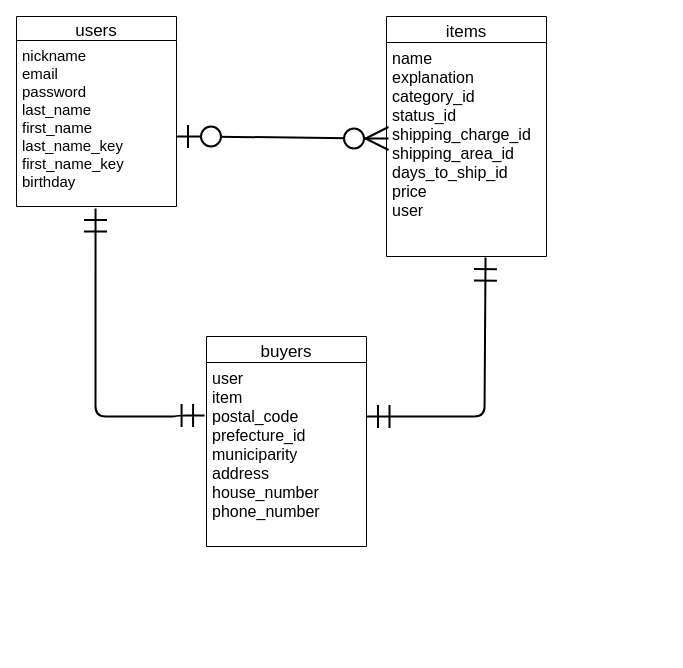
Above: er.dio in tomomomoaki/furima-30607 (draw.io), before the change. Source tidied: cells renumbered, new cells numbered last; positions are measured from the earlier drawing's top-left corner, leaving out a move shared by most shapes. Both pictures are drawn from the tidied source at 100%, with x=0, y=0 at pixel (16, 16).
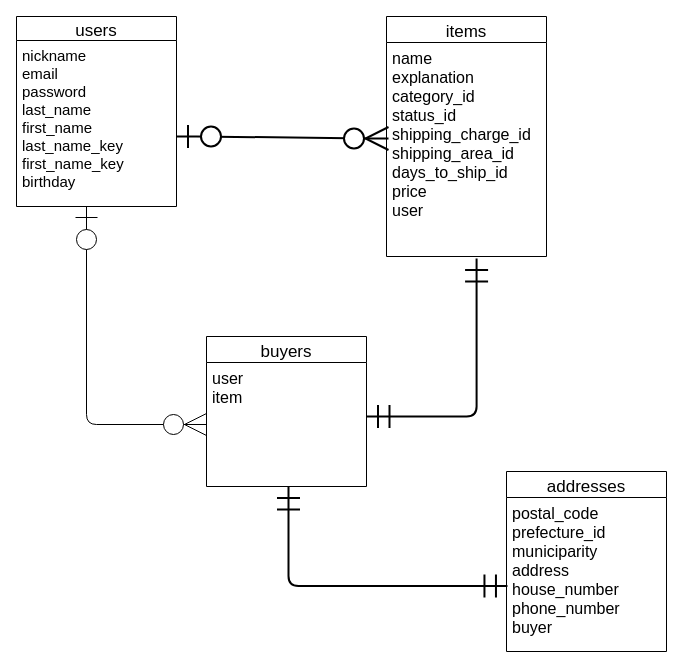
Above is the later version.

The edit, as a diff of the source:
```diff
@@
 <mxGraphModel>
   <root>
     <mxCell id="0" />
     <mxCell id="1" parent="0" />
     <mxCell id="2" value="items" style="swimlane;fontStyle=0;horizontal=1;startSize=26;align=center;fontSize=17;" parent="1" vertex="1">
       <mxGeometry x="370" width="160" height="240" as="geometry" />
     </mxCell>
     <mxCell id="3" value="name&#10;explanation&#10;category_id&#10;status_id&#10;shipping_charge_id&#10;shipping_area_id&#10;days_to_ship_id&#10;price&#10;user" style="text;strokeColor=none;fillColor=none;spacingLeft=4;spacingRight=4;overflow=hidden;points=[[0,0.5],[1,0.5]];portConstraint=eastwest;fontSize=16;" parent="2" vertex="1">
       <mxGeometry y="26" width="160" height="214" as="geometry" />
     </mxCell>
     <mxCell id="4" value="users" style="swimlane;fontStyle=0;horizontal=1;startSize=24;align=center;fontSize=17;" parent="1" vertex="1">
       <mxGeometry width="160" height="190" as="geometry" />
     </mxCell>
     <mxCell id="5" value="nickname&#10;email&#10;password&#10;last_name&#10;first_name&#10;last_name_key&#10;first_name_key&#10;birthday&#10;" style="text;strokeColor=none;fillColor=none;spacingLeft=4;spacingRight=4;overflow=hidden;points=[[0,0.5],[1,0.5]];portConstraint=eastwest;fontSize=15;" parent="4" vertex="1">
       <mxGeometry y="24" width="160" height="166" as="geometry" />
     </mxCell>
     <mxCell id="6" style="edgeStyle=entityRelationEdgeStyle;fontSize=12;html=1;endArrow=ERzeroToMany;startArrow=ERzeroToOne;strokeWidth=2;targetPerimeterSpacing=0;jumpSize=8;endSize=20;startSize=20;" parent="1" edge="1">
       <mxGeometry relative="1" as="geometry">
         <mxPoint x="160" y="120" as="sourcePoint" />
         <mxPoint x="372" y="122" as="targetPoint" />
       </mxGeometry>
     </mxCell>
     <mxCell id="7" value="buyers" style="swimlane;fontStyle=0;horizontal=1;startSize=26;align=center;fontSize=17;direction=east;" parent="1" vertex="1">
-      <mxGeometry x="190" y="320" width="160" height="210" as="geometry" />
+      <mxGeometry x="190" y="320" width="160" height="150" as="geometry" />
     </mxCell>
-    <mxCell id="8" value="user&#10;item&#10;postal_code&#10;prefecture_id&#10;municiparity&#10;address&#10;house_number&#10;phone_number&#10;" style="text;strokeColor=none;fillColor=none;spacingLeft=4;spacingRight=4;overflow=hidden;points=[[0,0.5],[1,0.5]];portConstraint=eastwest;fontSize=16;" parent="7" vertex="1">
-      <mxGeometry y="26" width="160" height="184" as="geometry" />
+    <mxCell id="8" value="user&#10;item" style="text;strokeColor=none;fillColor=none;spacingLeft=4;spacingRight=4;overflow=hidden;points=[[0,0.5],[1,0.5]];portConstraint=eastwest;fontSize=16;" parent="7" vertex="1">
+      <mxGeometry y="26" width="160" height="124" as="geometry" />
     </mxCell>
-    <mxCell id="9" style="edgeStyle=orthogonalEdgeStyle;fontSize=12;html=1;endArrow=ERmandOne;startArrow=ERmandOne;strokeWidth=2;endSize=20;startSize=20;entryX=0.494;entryY=1.012;entryDx=0;entryDy=0;entryPerimeter=0;exitX=-0.012;exitY=0.288;exitDx=0;exitDy=0;exitPerimeter=0;" parent="1" edge="1" source="8" target="5">
+    <mxCell id="9" style="edgeStyle=orthogonalEdgeStyle;fontSize=12;html=1;endArrow=ERmandOne;startArrow=ERmandOne;strokeWidth=2;endSize=20;startSize=20;entryX=0.563;entryY=1.009;entryDx=0;entryDy=0;entryPerimeter=0;" parent="1" edge="1" source="8" target="3">
       <mxGeometry relative="1" as="geometry">
         <Array as="points">
-          <mxPoint x="160" y="399" />
-          <mxPoint x="160" y="400" />
-          <mxPoint x="79" y="400" />
+          <mxPoint x="460" y="400" />
         </Array>
       </mxGeometry>
     </mxCell>
-    <mxCell id="10" style="edgeStyle=orthogonalEdgeStyle;fontSize=12;html=1;endArrow=ERmandOne;startArrow=ERmandOne;strokeWidth=2;entryX=0.619;entryY=1.005;entryDx=0;entryDy=0;entryPerimeter=0;endSize=20;startSize=20;" parent="1" edge="1" target="3">
-      <mxGeometry relative="1" as="geometry">
-        <mxPoint x="350" y="400" as="sourcePoint" />
-        <Array as="points">
-          <mxPoint x="468" y="400" />
-        </Array>
-      </mxGeometry>
-    </mxCell>
+    <mxCell id="11" value="addresses" style="swimlane;fontStyle=0;horizontal=1;startSize=26;align=center;fontSize=17;" parent="1" vertex="1">
+      <mxGeometry x="490" y="455" width="160" height="180" as="geometry" />
+    </mxCell>
+    <mxCell id="12" value="postal_code&#10;prefecture_id&#10;municiparity&#10;address&#10;house_number&#10;phone_number&#10;buyer&#10;" style="text;strokeColor=none;fillColor=none;spacingLeft=4;spacingRight=4;overflow=hidden;points=[[0,0.5],[1,0.5]];portConstraint=eastwest;fontSize=16;" parent="11" vertex="1">
+      <mxGeometry y="26" width="160" height="154" as="geometry" />
+    </mxCell>
+    <mxCell id="13" style="edgeStyle=orthogonalEdgeStyle;fontSize=12;html=1;endArrow=ERmandOne;startArrow=ERmandOne;strokeWidth=2;exitX=0.006;exitY=0.575;exitDx=0;exitDy=0;exitPerimeter=0;endSize=20;startSize=20;" parent="1" edge="1" source="12">
+      <mxGeometry relative="1" as="geometry">
+        <mxPoint x="272" y="470" as="targetPoint" />
+        <Array as="points">
+          <mxPoint x="272" y="570" />
+        </Array>
+      </mxGeometry>
+    </mxCell>
+    <mxCell id="14" style="edgeStyle=orthogonalEdgeStyle;fontSize=12;html=1;endArrow=ERzeroToMany;startArrow=ERzeroToOne;endSize=20;startSize=20;targetPerimeterSpacing=0;" parent="1" edge="1" source="5">
+      <mxGeometry relative="1" as="geometry">
+        <mxPoint x="190" y="408" as="targetPoint" />
+        <Array as="points">
+          <mxPoint x="70" y="408" />
+        </Array>
+      </mxGeometry>
+    </mxCell>
   </root>
 </mxGraphModel>
```
